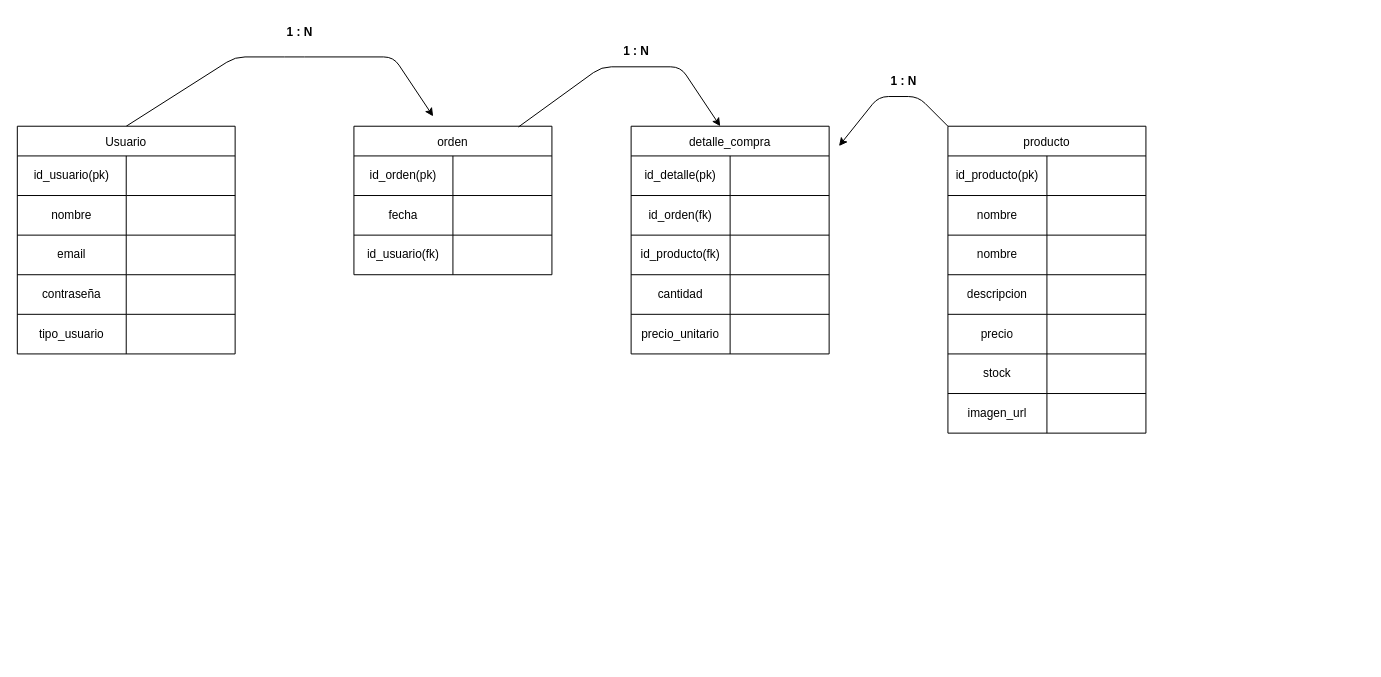
Before: demo.dio in lessslie/e-commerce, a draw.io diagram. Source tidied: cells renumbered, new cells numbered last; positions are measured from the earlier drawing's top-left corner, leaving out a move shared by most shapes. Both pictures are drawn from the tidied source at 99%, with x=0, y=0 at pixel (17, 17).
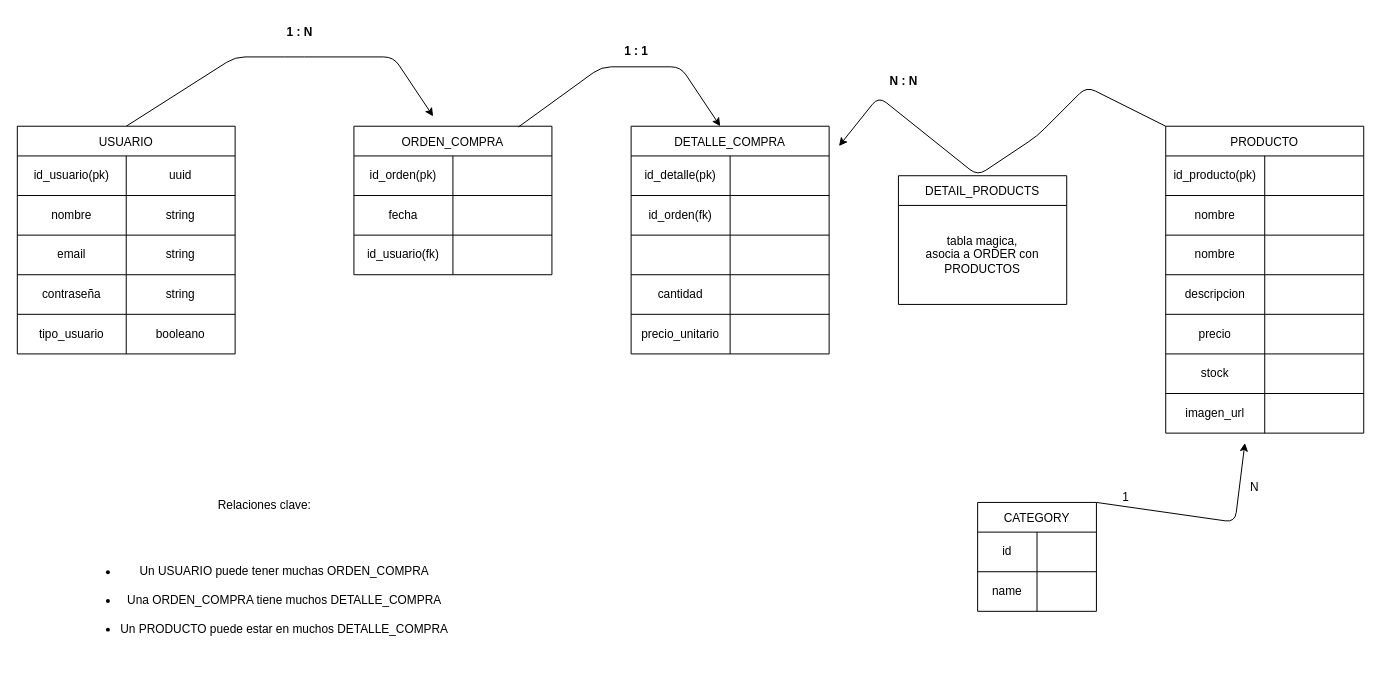
After the change.

The change refers to these unchanged cells:
```xml
<mxCell id="4" style="shape=tableRow;horizontal=0;startSize=0;swimlaneHead=0;swimlaneBody=0;top=0;left=0;bottom=0;right=0;fillColor=none;" parent="3" vertex="1">
  <mxGeometry y="30" width="220" height="40" as="geometry" />
</mxCell>
<mxCell id="7" style="shape=tableRow;horizontal=0;startSize=0;swimlaneHead=0;swimlaneBody=0;top=0;left=0;bottom=0;right=0;fillColor=none;" parent="3" vertex="1">
  <mxGeometry y="70" width="220" height="40" as="geometry" />
</mxCell>
<mxCell id="10" style="shape=tableRow;horizontal=0;startSize=0;swimlaneHead=0;swimlaneBody=0;top=0;left=0;bottom=0;right=0;fillColor=none;" parent="3" vertex="1">
  <mxGeometry y="110" width="220" height="40" as="geometry" />
</mxCell>
<mxCell id="13" style="shape=tableRow;horizontal=0;startSize=0;swimlaneHead=0;swimlaneBody=0;top=0;left=0;bottom=0;right=0;fillColor=none;" parent="3" vertex="1">
  <mxGeometry y="150" width="220" height="40" as="geometry" />
</mxCell>
<mxCell id="16" style="shape=tableRow;horizontal=0;startSize=0;swimlaneHead=0;swimlaneBody=0;top=0;left=0;bottom=0;right=0;fillColor=none;" parent="3" vertex="1">
  <mxGeometry y="190" width="220" height="40" as="geometry" />
</mxCell>
<mxCell id="36" style="shape=tableRow;horizontal=0;startSize=0;swimlaneHead=0;swimlaneBody=0;top=0;left=0;bottom=0;right=0;fillColor=none;" parent="29" vertex="1">
  <mxGeometry y="110" width="200" height="40" as="geometry" />
</mxCell>
```

Change to the diagram source:
```diff
@@
-    <mxCell id="3" value="Usuario" style="shape=table;startSize=30;childLayout=tableLayout;" parent="1" vertex="1">
+    <mxCell id="3" value="USUARIO" style="shape=table;startSize=30;childLayout=tableLayout;" parent="1" vertex="1">
       <mxGeometry y="110" width="220" height="230" as="geometry" />
     </mxCell>
@@
-    <mxCell id="6" style="shape=partialRectangle;html=1;whiteSpace=wrap;overflow=hidden;fillColor=none;top=0;left=0;bottom=0;right=0;" parent="4" vertex="1">
+    <mxCell id="6" value="uuid" style="shape=partialRectangle;html=1;whiteSpace=wrap;overflow=hidden;fillColor=none;top=0;left=0;bottom=0;right=0;" parent="4" vertex="1">
       <mxGeometry x="110" width="110" height="40" as="geometry" />
     </mxCell>
@@
-    <mxCell id="9" style="shape=partialRectangle;html=1;whiteSpace=wrap;overflow=hidden;fillColor=none;top=0;left=0;bottom=0;right=0;" parent="7" vertex="1">
+    <mxCell id="9" value="string" style="shape=partialRectangle;html=1;whiteSpace=wrap;overflow=hidden;fillColor=none;top=0;left=0;bottom=0;right=0;" parent="7" vertex="1">
       <mxGeometry x="110" width="110" height="40" as="geometry" />
     </mxCell>
@@
-    <mxCell id="12" style="shape=partialRectangle;html=1;whiteSpace=wrap;overflow=hidden;fillColor=none;top=0;left=0;bottom=0;right=0;" parent="10" vertex="1">
+    <mxCell id="12" value="string" style="shape=partialRectangle;html=1;whiteSpace=wrap;overflow=hidden;fillColor=none;top=0;left=0;bottom=0;right=0;" parent="10" vertex="1">
       <mxGeometry x="110" width="110" height="40" as="geometry" />
     </mxCell>
@@
-    <mxCell id="15" style="shape=partialRectangle;html=1;whiteSpace=wrap;overflow=hidden;fillColor=none;top=0;left=0;bottom=0;right=0;" parent="13" vertex="1">
+    <mxCell id="15" value="string" style="shape=partialRectangle;html=1;whiteSpace=wrap;overflow=hidden;fillColor=none;top=0;left=0;bottom=0;right=0;" parent="13" vertex="1">
       <mxGeometry x="110" width="110" height="40" as="geometry" />
     </mxCell>
@@
-    <mxCell id="18" style="shape=partialRectangle;html=1;whiteSpace=wrap;overflow=hidden;fillColor=none;top=0;left=0;bottom=0;right=0;" parent="16" vertex="1">
+    <mxCell id="18" value="booleano" style="shape=partialRectangle;html=1;whiteSpace=wrap;overflow=hidden;fillColor=none;top=0;left=0;bottom=0;right=0;" parent="16" vertex="1">
       <mxGeometry x="110" width="110" height="40" as="geometry" />
     </mxCell>
-    <mxCell id="19" value="orden" style="shape=table;startSize=30;childLayout=tableLayout;" parent="1" vertex="1">
+    <mxCell id="19" value="ORDEN_COMPRA" style="shape=table;startSize=30;childLayout=tableLayout;" parent="1" vertex="1">
       <mxGeometry x="340" y="110" width="200" height="150" as="geometry" />
     </mxCell>
@@
-    <mxCell id="29" value="detalle_compra" style="shape=table;startSize=30;childLayout=tableLayout;" parent="1" vertex="1">
+    <mxCell id="29" value="DETALLE_COMPRA" style="shape=table;startSize=30;childLayout=tableLayout;" parent="1" vertex="1">
       <mxGeometry x="620" y="110" width="200" height="230" as="geometry" />
     </mxCell>
@@
-    <mxCell id="37" value="id_producto(fk)" style="shape=partialRectangle;html=1;whiteSpace=wrap;overflow=hidden;fillColor=none;top=0;left=0;bottom=0;right=0;" parent="36" vertex="1">
+    <mxCell id="37" style="shape=partialRectangle;html=1;whiteSpace=wrap;overflow=hidden;fillColor=none;top=0;left=0;bottom=0;right=0;" parent="36" vertex="1">
       <mxGeometry width="100" height="40" as="geometry" />
     </mxCell>
@@
-    <mxCell id="46" value="producto" style="shape=table;startSize=30;childLayout=tableLayout;" parent="1" vertex="1">
-      <mxGeometry x="940" y="110" width="200" height="310" as="geometry" />
+    <mxCell id="46" value="PRODUCTO" style="shape=table;startSize=30;childLayout=tableLayout;" parent="1" vertex="1">
+      <mxGeometry x="1160" y="110" width="200" height="310" as="geometry" />
     </mxCell>
@@
     <mxCell id="68" style="edgeStyle=none;html=1;exitX=0;exitY=0;exitDx=0;exitDy=0;" parent="1" edge="1" source="46">
       <mxGeometry relative="1" as="geometry">
         <mxPoint x="830" y="130" as="targetPoint" />
         <Array as="points">
-          <mxPoint x="910" y="80" />
+          <mxPoint x="1080" y="70" />
+          <mxPoint x="1030" y="120" />
+          <mxPoint x="970" y="160" />
           <mxPoint x="870" y="80" />
         </Array>
       </mxGeometry>
     </mxCell>
@@
-    <mxCell id="70" value="&lt;b&gt;1 : N&lt;/b&gt;" style="text;html=1;align=center;verticalAlign=middle;strokeColor=none;fillColor=none;" parent="1" vertex="1">
+    <mxCell id="70" value="&lt;b&gt;N : N&lt;/b&gt;" style="text;html=1;align=center;verticalAlign=middle;strokeColor=none;fillColor=none;" parent="1" vertex="1">
       <mxGeometry x="870" y="50" width="50" height="30" as="geometry" />
     </mxCell>
-    <mxCell id="71" value="&lt;b&gt;1 : N&lt;/b&gt;" style="text;html=1;align=center;verticalAlign=middle;strokeColor=none;fillColor=none;" parent="1" vertex="1">
+    <mxCell id="71" value="&lt;b&gt;1 : 1&lt;/b&gt;" style="text;html=1;align=center;verticalAlign=middle;strokeColor=none;fillColor=none;" parent="1" vertex="1">
       <mxGeometry x="600" y="20" width="50" height="30" as="geometry" />
     </mxCell>
+    <mxCell id="72" value="&lt;p class=&quot;whitespace-pre-wrap break-words&quot;&gt;Relaciones clave:&lt;/p&gt;&lt;br/&gt;&lt;ul depth=&quot;0&quot; class=&quot;[&amp;amp;:not(:last-child)_ul]:pb-1 [&amp;amp;:not(:last-child)_ol]:pb-1 list-disc space-y-1.5 pl-7&quot;&gt;&lt;br/&gt;&lt;li class=&quot;whitespace-normal break-words&quot;&gt;Un USUARIO puede tener muchas ORDEN_COMPRA&lt;/li&gt;&lt;br/&gt;&lt;li class=&quot;whitespace-normal break-words&quot;&gt;Una ORDEN_COMPRA tiene muchos DETALLE_COMPRA&lt;/li&gt;&lt;br/&gt;&lt;li class=&quot;whitespace-normal break-words&quot;&gt;Un PRODUCTO puede estar en muchos DETALLE_COMPRA&lt;/li&gt;&lt;/ul&gt;" style="text;strokeColor=none;align=center;fillColor=none;html=1;verticalAlign=middle;whiteSpace=wrap;rounded=0;" parent="1" vertex="1">
+      <mxGeometry x="40" y="460" width="420" height="190" as="geometry" />
+    </mxCell>
+    <mxCell id="73" value="DETAIL_PRODUCTS" style="shape=table;startSize=30;childLayout=tableLayout;" parent="1" vertex="1">
+      <mxGeometry x="890" y="160" width="170" height="130" as="geometry" />
+    </mxCell>
+    <mxCell id="74" style="shape=tableRow;horizontal=0;startSize=0;swimlaneHead=0;swimlaneBody=0;top=0;left=0;bottom=0;right=0;fillColor=none;" parent="73" vertex="1">
+      <mxGeometry y="30" width="170" height="100" as="geometry" />
+    </mxCell>
+    <mxCell id="75" value="tabla magica,&lt;br&gt;asocia a ORDER con PRODUCTOS" style="shape=partialRectangle;html=1;whiteSpace=wrap;overflow=hidden;fillColor=none;top=0;left=0;bottom=0;right=0;" parent="74" vertex="1">
+      <mxGeometry width="170" height="100" as="geometry" />
+    </mxCell>
+    <mxCell id="76" style="edgeStyle=none;html=1;exitX=1;exitY=0;exitDx=0;exitDy=0;" parent="1" edge="1" source="77">
+      <mxGeometry relative="1" as="geometry">
+        <mxPoint x="1240" y="430" as="targetPoint" />
+        <Array as="points">
+          <mxPoint x="1230" y="510" />
+        </Array>
+      </mxGeometry>
+    </mxCell>
+    <mxCell id="77" value="CATEGORY" style="shape=table;startSize=30;childLayout=tableLayout;" parent="1" vertex="1">
+      <mxGeometry x="970" y="490" width="120" height="110" as="geometry" />
+    </mxCell>
+    <mxCell id="78" style="shape=tableRow;horizontal=0;startSize=0;swimlaneHead=0;swimlaneBody=0;top=0;left=0;bottom=0;right=0;fillColor=none;" parent="77" vertex="1">
+      <mxGeometry y="30" width="120" height="40" as="geometry" />
+    </mxCell>
+    <mxCell id="79" value="id" style="shape=partialRectangle;html=1;whiteSpace=wrap;overflow=hidden;fillColor=none;top=0;left=0;bottom=0;right=0;" parent="78" vertex="1">
+      <mxGeometry width="60" height="40" as="geometry" />
+    </mxCell>
+    <mxCell id="80" style="shape=partialRectangle;html=1;whiteSpace=wrap;overflow=hidden;fillColor=none;top=0;left=0;bottom=0;right=0;" parent="78" vertex="1">
+      <mxGeometry x="60" width="60" height="40" as="geometry" />
+    </mxCell>
+    <mxCell id="81" style="shape=tableRow;horizontal=0;startSize=0;swimlaneHead=0;swimlaneBody=0;top=0;left=0;bottom=0;right=0;fillColor=none;" parent="77" vertex="1">
+      <mxGeometry y="70" width="120" height="40" as="geometry" />
+    </mxCell>
+    <mxCell id="82" value="name" style="shape=partialRectangle;html=1;whiteSpace=wrap;overflow=hidden;fillColor=none;top=0;left=0;bottom=0;right=0;" parent="81" vertex="1">
+      <mxGeometry width="60" height="40" as="geometry" />
+    </mxCell>
+    <mxCell id="83" style="shape=partialRectangle;html=1;whiteSpace=wrap;overflow=hidden;fillColor=none;top=0;left=0;bottom=0;right=0;" parent="81" vertex="1">
+      <mxGeometry x="60" width="60" height="40" as="geometry" />
+    </mxCell>
+    <mxCell id="84" value="1" style="text;strokeColor=none;align=center;fillColor=none;html=1;verticalAlign=middle;whiteSpace=wrap;rounded=0;" parent="1" vertex="1">
+      <mxGeometry x="1090" y="470" width="60" height="30" as="geometry" />
+    </mxCell>
+    <mxCell id="85" value="N" style="text;strokeColor=none;align=center;fillColor=none;html=1;verticalAlign=middle;whiteSpace=wrap;rounded=0;" parent="1" vertex="1">
+      <mxGeometry x="1220" y="460" width="60" height="30" as="geometry" />
+    </mxCell>
```
